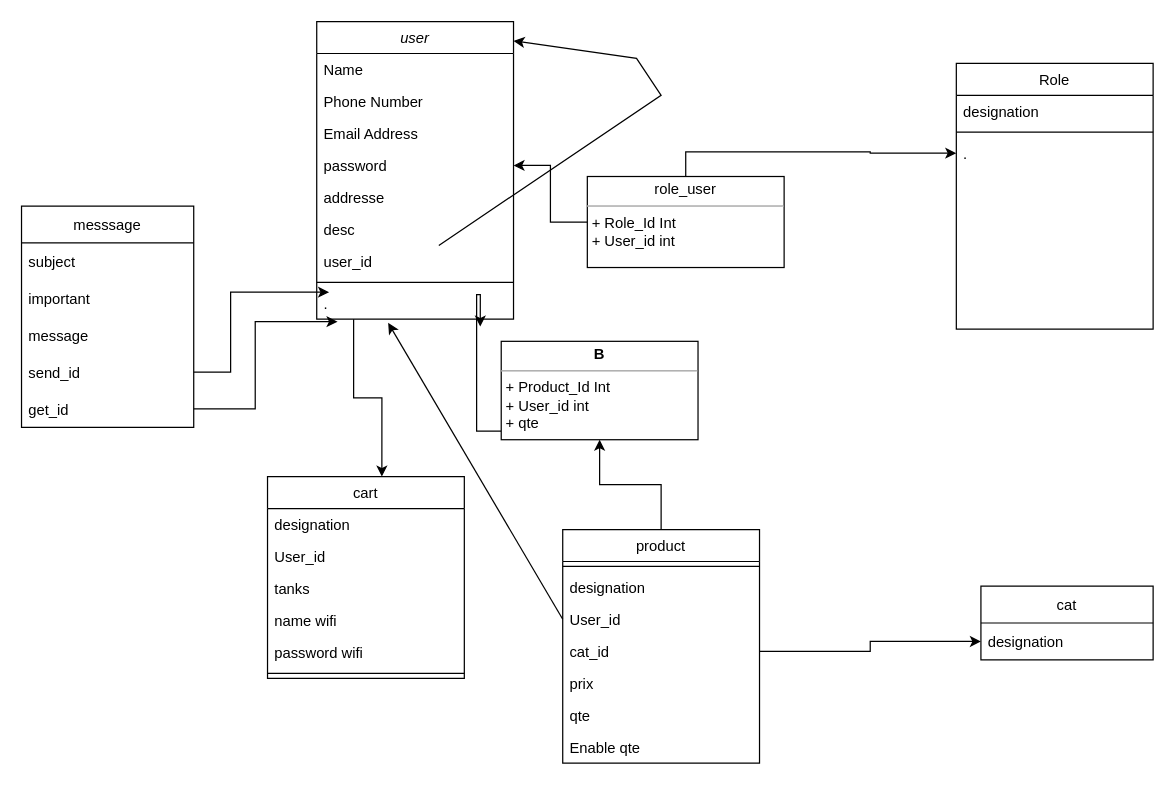
Above: page "Page-2" (2 of 3) of class Diagram.drawio in soufiane-ekouines/restaurants_cart (draw.io), before the change. Source tidied: cells renumbered, new cells numbered last; positions are measured from the earlier drawing's top-left corner, leaving out a move shared by most shapes. Both pictures are drawn from the tidied source at 123%, with x=0, y=0 at pixel (21, 21).
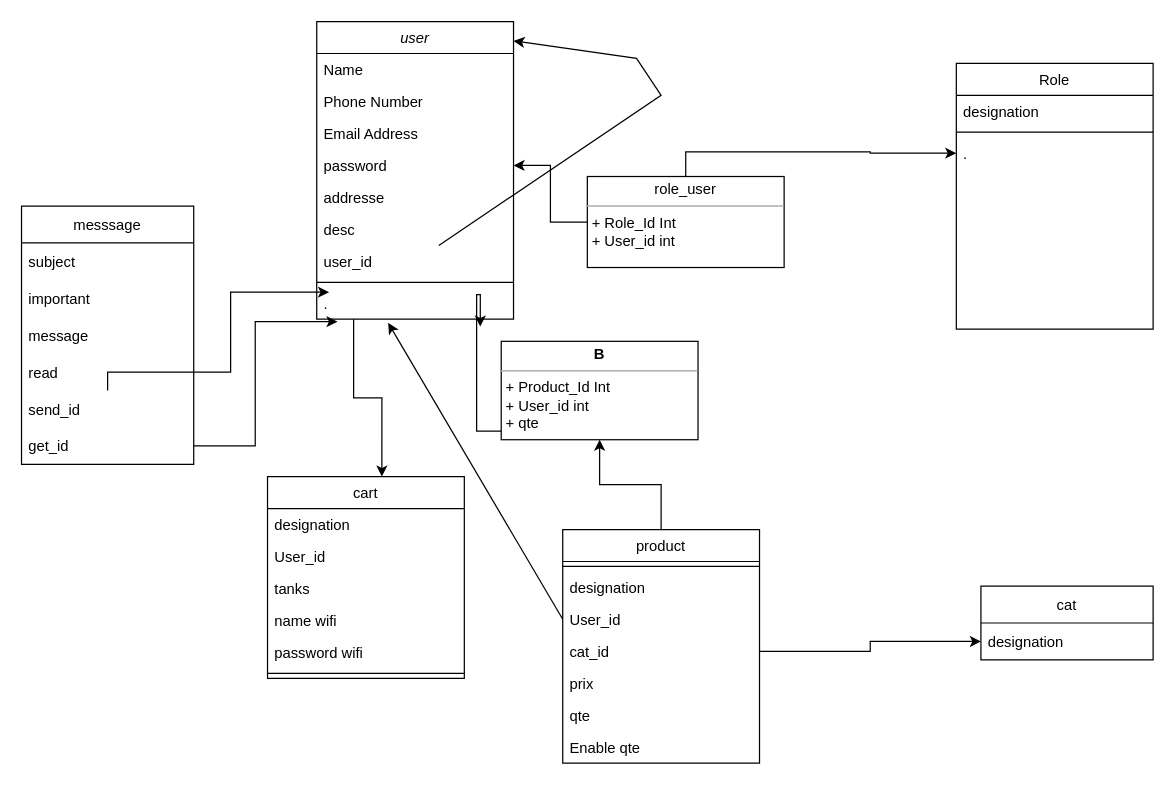
The same page after the edit.

The edit, as a diff of the source:
```diff
@@
     <mxCell id="43" value="messsage" style="swimlane;fontStyle=0;horizontal=1;startSize=30;" parent="1" vertex="1">
-      <mxGeometry y="150" width="140" height="180" as="geometry" />
+      <mxGeometry y="150" width="140" height="210" as="geometry" />
     </mxCell>
@@
+    <mxCell id="51" value="read" style="text;strokeColor=none;fillColor=none;align=left;verticalAlign=middle;spacingLeft=4;spacingRight=4;overflow=hidden;" parent="43" vertex="1">
+      <mxGeometry y="120" width="140" height="30" as="geometry" />
+    </mxCell>
     <mxCell id="47" value="send_id" style="text;strokeColor=none;fillColor=none;align=left;verticalAlign=middle;spacingLeft=4;spacingRight=4;overflow=hidden;points=[[0,0.5],[1,0.5]];portConstraint=eastwest;" parent="43" vertex="1">
-      <mxGeometry y="120" width="140" height="30" as="geometry" />
+      <mxGeometry y="150" width="140" height="30" as="geometry" />
     </mxCell>
     <mxCell id="48" value="get_id" style="text;strokeColor=none;fillColor=none;align=left;verticalAlign=middle;spacingLeft=4;spacingRight=4;overflow=hidden;points=[[0,0.5],[1,0.5]];portConstraint=eastwest;" parent="43" vertex="1">
-      <mxGeometry y="150" width="140" height="30" as="geometry" />
+      <mxGeometry y="180" width="140" height="30" as="geometry" />
     </mxCell>
```
